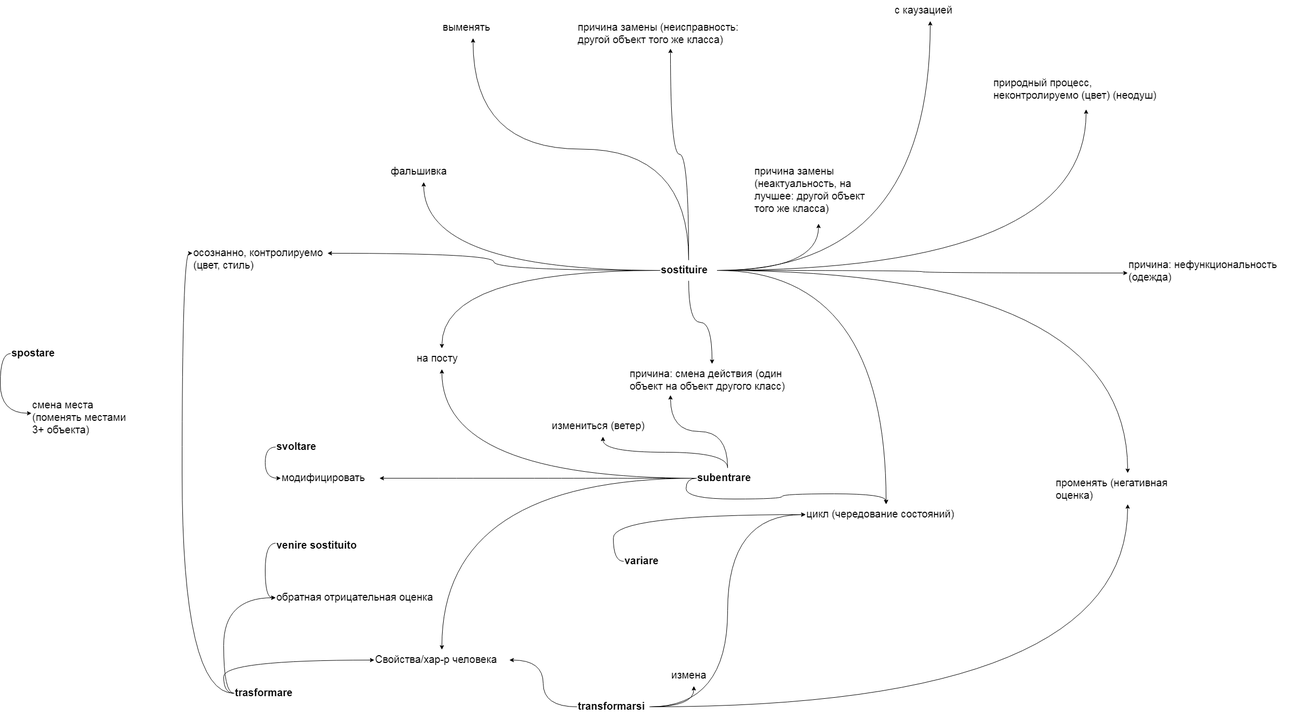
This is обмен3.png from JanaKoko/try, a draw.io export, as it was before one commit. Source tidied: cells renumbered, new cells last; positions are measured from the earlier drawing's top-left corner, leaving out a move shared by most shapes.
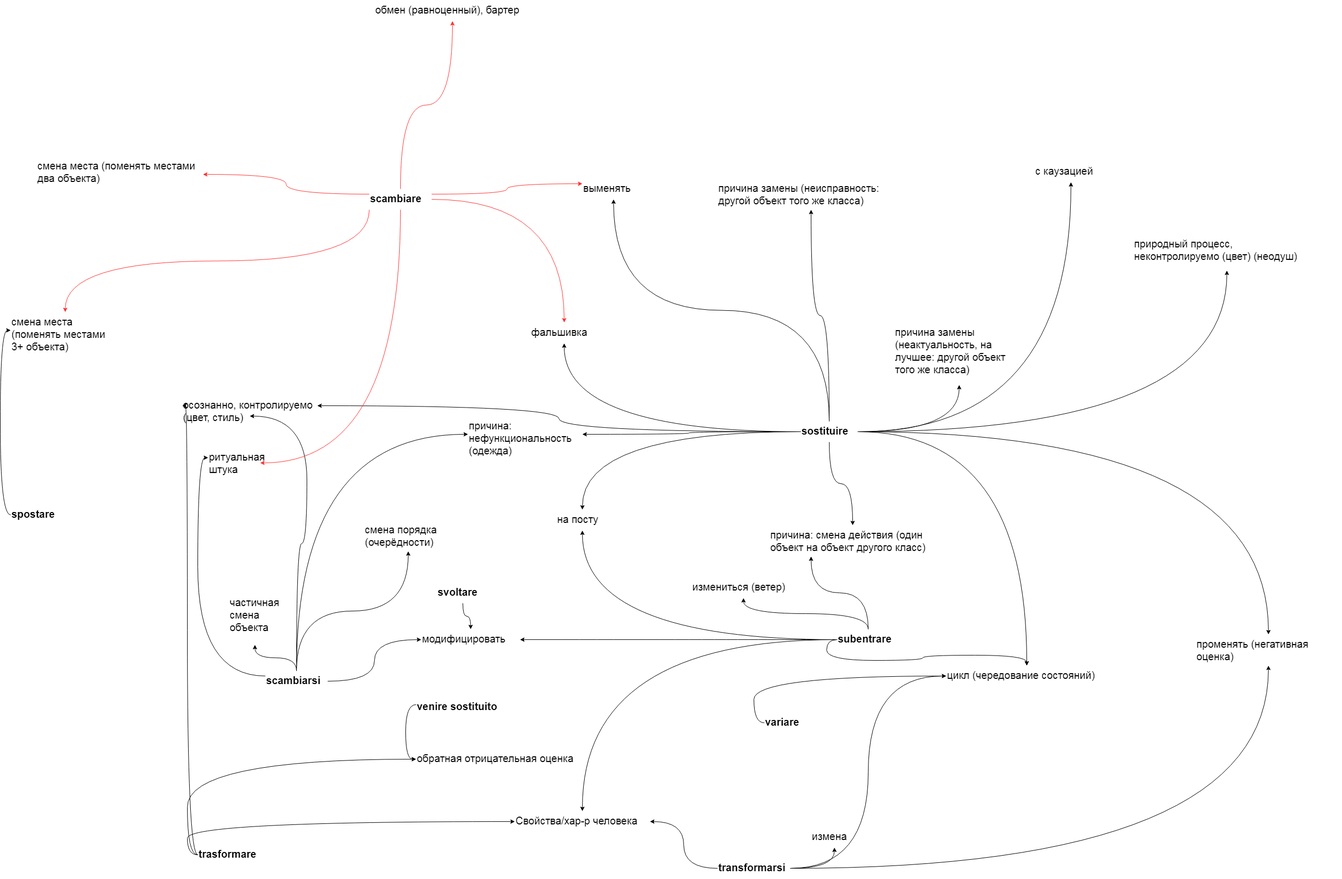
After the commit.

What changed in the source:
```diff
@@ -30,10 +30,10 @@
       <mxGeometry relative="1" as="geometry" />
     </mxCell>
     <mxCell id="11" value="trasformare" style="text;whiteSpace=wrap;html=1;fontSize=20;fontStyle=1;" parent="1" vertex="1">
-      <mxGeometry x="430" y="1314" width="130" height="40" as="geometry" />
+      <mxGeometry x="90" y="1314" width="130" height="40" as="geometry" />
     </mxCell>
     <mxCell id="12" value="осознанно, контролируемо (цвет, стиль)" style="text;whiteSpace=wrap;html=1;fontSize=20;" parent="1" vertex="1">
-      <mxGeometry x="350" y="467" width="260" height="40" as="geometry" />
+      <mxGeometry x="60" y="450" width="260" height="40" as="geometry" />
     </mxCell>
     <mxCell id="13" value="Свойства/хар-р человека" style="text;whiteSpace=wrap;html=1;fontSize=20;" parent="1" vertex="1">
       <mxGeometry x="700" y="1250" width="260" height="40" as="geometry" />
@@ -59,11 +59,11 @@
     <mxCell id="20" value="променять (негативная оценка)" style="text;whiteSpace=wrap;html=1;fontSize=20;" parent="1" vertex="1">
       <mxGeometry x="2010" y="910" width="280" height="60" as="geometry" />
     </mxCell>
-    <mxCell id="21" style="edgeStyle=orthogonalEdgeStyle;curved=1;rounded=0;jettySize=auto;html=1;exitX=0;exitY=0.5;exitDx=0;exitDy=0;fontSize=20;entryX=0;entryY=0.5;entryDx=0;entryDy=0;" parent="1" edge="1" source="22" target="23">
+    <mxCell id="21" style="edgeStyle=orthogonalEdgeStyle;curved=1;rounded=0;jettySize=auto;html=1;exitX=0.5;exitY=1;exitDx=0;exitDy=0;fontSize=20;" parent="1" edge="1" source="22" target="23">
       <mxGeometry relative="1" as="geometry" />
     </mxCell>
     <mxCell id="22" value="svoltare" style="text;whiteSpace=wrap;html=1;fontSize=20;fontStyle=1;" parent="1" vertex="1">
-      <mxGeometry x="510" y="840" width="100" height="40" as="geometry" />
+      <mxGeometry x="550" y="810" width="100" height="40" as="geometry" />
     </mxCell>
     <mxCell id="23" value="модифицировать" style="text;whiteSpace=wrap;html=1;fontSize=20;" parent="1" vertex="1">
       <mxGeometry x="520" y="900" width="190" height="40" as="geometry" />
@@ -102,10 +102,10 @@
       <mxGeometry relative="1" as="geometry" />
     </mxCell>
     <mxCell id="35" value="spostare" style="text;whiteSpace=wrap;html=1;fontSize=20;fontStyle=1;" parent="1" vertex="1">
-      <mxGeometry y="660" width="100" height="40" as="geometry" />
+      <mxGeometry x="-270" y="660" width="100" height="40" as="geometry" />
     </mxCell>
     <mxCell id="36" value="смена места (поменять местами 3+ объекта)" style="text;whiteSpace=wrap;html=1;fontSize=20;" parent="1" vertex="1">
-      <mxGeometry x="40" y="760" width="210" height="140" as="geometry" />
+      <mxGeometry x="-270" y="290" width="210" height="140" as="geometry" />
     </mxCell>
     <mxCell id="37" style="edgeStyle=orthogonalEdgeStyle;curved=1;rounded=0;jettySize=auto;html=1;entryX=0.5;entryY=0;entryDx=0;entryDy=0;fontSize=20;" parent="1" edge="1" source="49" target="31">
       <mxGeometry relative="1" as="geometry" />
@@ -140,9 +140,11 @@
     <mxCell id="47" style="edgeStyle=orthogonalEdgeStyle;curved=1;rounded=0;jettySize=auto;html=1;entryX=0.5;entryY=1;entryDx=0;entryDy=0;fontSize=20;" parent="1" edge="1" source="49" target="55">
       <mxGeometry relative="1" as="geometry" />
     </mxCell>
-    <mxCell id="48" style="edgeStyle=orthogonalEdgeStyle;curved=1;rounded=0;jettySize=auto;html=1;entryX=0;entryY=0.5;entryDx=0;entryDy=0;fontSize=20;" parent="1" edge="1" source="49" target="56">
-      <mxGeometry relative="1" as="geometry" />
-    </mxCell>
+    <mxCell id="57" style="edgeStyle=orthogonalEdgeStyle;curved=1;rounded=0;jettySize=auto;html=1;entryX=1;entryY=0.5;entryDx=0;entryDy=0;fontSize=20;" parent="1" edge="1" target="56">
+      <mxGeometry relative="1" as="geometry">
+        <mxPoint x="1240" y="520" as="sourcePoint" />
+      </mxGeometry>
+    </mxCell>
     <mxCell id="49" value="sostituire" style="text;whiteSpace=wrap;html=1;fontSize=20;fontStyle=1;" parent="1" vertex="1">
       <mxGeometry x="1250" y="500" width="110" height="40" as="geometry" />
     </mxCell>
@@ -165,7 +167,70 @@
       <mxGeometry x="1890" y="140" width="360" height="70" as="geometry" />
     </mxCell>
     <mxCell id="56" value="причина: нефункциональность (одежда)" style="text;whiteSpace=wrap;html=1;fontSize=20;" parent="1" vertex="1">
-      <mxGeometry x="2150" y="490" width="310" height="70" as="geometry" />
+      <mxGeometry x="610" y="490" width="220" height="70" as="geometry" />
     </mxCell>
+    <mxCell id="58" style="edgeStyle=orthogonalEdgeStyle;curved=1;rounded=0;jettySize=auto;html=1;exitX=0;exitY=0.25;exitDx=0;exitDy=0;fontSize=20;entryX=0;entryY=0.5;entryDx=0;entryDy=0;" parent="1" edge="1" source="64" target="65">
+      <mxGeometry relative="1" as="geometry" />
+    </mxCell>
+    <mxCell id="59" style="edgeStyle=orthogonalEdgeStyle;curved=1;rounded=0;jettySize=auto;html=1;entryX=0;entryY=0.5;entryDx=0;entryDy=0;fontSize=20;" parent="1" edge="1" source="64" target="23">
+      <mxGeometry relative="1" as="geometry" />
+    </mxCell>
+    <mxCell id="60" style="edgeStyle=orthogonalEdgeStyle;curved=1;rounded=0;jettySize=auto;html=1;entryX=0.5;entryY=1;entryDx=0;entryDy=0;fontSize=20;" parent="1" edge="1" source="64" target="12">
+      <mxGeometry relative="1" as="geometry">
+        <Array as="points">
+          <mxPoint x="280" y="735" />
+          <mxPoint x="300" y="735" />
+          <mxPoint x="300" y="490" />
+        </Array>
+      </mxGeometry>
+    </mxCell>
+    <mxCell id="61" style="edgeStyle=orthogonalEdgeStyle;curved=1;rounded=0;jettySize=auto;html=1;exitX=0.5;exitY=0;exitDx=0;exitDy=0;entryX=0.5;entryY=1;entryDx=0;entryDy=0;fontSize=20;" parent="1" edge="1" source="64" target="66">
+      <mxGeometry relative="1" as="geometry" />
+    </mxCell>
+    <mxCell id="62" style="edgeStyle=orthogonalEdgeStyle;curved=1;rounded=0;jettySize=auto;html=1;entryX=0.5;entryY=1;entryDx=0;entryDy=0;fontSize=20;" parent="1" edge="1" source="64" target="67">
+      <mxGeometry relative="1" as="geometry" />
+    </mxCell>
+    <mxCell id="63" style="edgeStyle=orthogonalEdgeStyle;curved=1;rounded=0;jettySize=auto;html=1;entryX=0;entryY=0.5;entryDx=0;entryDy=0;fontSize=20;exitX=0.5;exitY=0;exitDx=0;exitDy=0;" parent="1" edge="1" source="64" target="56">
+      <mxGeometry relative="1" as="geometry" />
+    </mxCell>
+    <mxCell id="64" value="scambiarsi" style="text;whiteSpace=wrap;html=1;fontSize=20;fontStyle=1;" parent="1" vertex="1">
+      <mxGeometry x="220" y="980" width="120" height="40" as="geometry" />
+    </mxCell>
+    <mxCell id="65" value="ритуальная штука" style="text;whiteSpace=wrap;html=1;fontSize=20;" parent="1" vertex="1">
+      <mxGeometry x="110" y="550" width="100" height="40" as="geometry" />
+    </mxCell>
+    <mxCell id="66" value="смена порядка (очерёдности)" style="text;whiteSpace=wrap;html=1;fontSize=20;" parent="1" vertex="1">
+      <mxGeometry x="410" y="690" width="170" height="60" as="geometry" />
+    </mxCell>
+    <mxCell id="67" value="частичная смена объекта" style="text;whiteSpace=wrap;html=1;fontSize=20;" parent="1" vertex="1">
+      <mxGeometry x="150" y="830" width="100" height="100" as="geometry" />
+    </mxCell>
+    <mxCell id="68" style="edgeStyle=orthogonalEdgeStyle;curved=1;rounded=0;jettySize=auto;html=1;entryX=0.5;entryY=0;entryDx=0;entryDy=0;fontSize=20;strokeColor=#FF3333;" parent="1" edge="1" source="74" target="51">
+      <mxGeometry relative="1" as="geometry" />
+    </mxCell>
+    <mxCell id="69" style="edgeStyle=orthogonalEdgeStyle;curved=1;rounded=0;jettySize=auto;html=1;fontSize=20;strokeColor=#FF3333;" parent="1" edge="1" source="74" target="75">
+      <mxGeometry relative="1" as="geometry" />
+    </mxCell>
+    <mxCell id="70" style="edgeStyle=orthogonalEdgeStyle;curved=1;rounded=0;jettySize=auto;html=1;exitX=0;exitY=0.25;exitDx=0;exitDy=0;fontSize=20;strokeColor=#FF3333;" parent="1" edge="1" source="74" target="76">
+      <mxGeometry relative="1" as="geometry" />
+    </mxCell>
+    <mxCell id="71" style="edgeStyle=orthogonalEdgeStyle;curved=1;rounded=0;jettySize=auto;html=1;exitX=1;exitY=0.25;exitDx=0;exitDy=0;entryX=0;entryY=0.25;entryDx=0;entryDy=0;fontSize=20;strokeColor=#FF3333;" parent="1" edge="1" source="74" target="53">
+      <mxGeometry relative="1" as="geometry" />
+    </mxCell>
+    <mxCell id="72" style="edgeStyle=orthogonalEdgeStyle;curved=1;rounded=0;jettySize=auto;html=1;exitX=0;exitY=1;exitDx=0;exitDy=0;entryX=0.5;entryY=0;entryDx=0;entryDy=0;fontSize=20;strokeColor=#FF3333;" parent="1" edge="1" source="74" target="36">
+      <mxGeometry relative="1" as="geometry" />
+    </mxCell>
+    <mxCell id="73" style="edgeStyle=orthogonalEdgeStyle;curved=1;rounded=0;jettySize=auto;html=1;entryX=1;entryY=0.75;entryDx=0;entryDy=0;fontSize=20;exitX=0.5;exitY=1;exitDx=0;exitDy=0;strokeColor=#FF3333;" parent="1" edge="1" source="74" target="65">
+      <mxGeometry relative="1" as="geometry" />
+    </mxCell>
+    <mxCell id="74" value="scambiare" style="text;whiteSpace=wrap;html=1;fontSize=20;fontStyle=1;" parent="1" vertex="1">
+      <mxGeometry x="420" y="53" width="120" height="40" as="geometry" />
+    </mxCell>
+    <mxCell id="75" value="обмен (равноценный), бартер" style="text;whiteSpace=wrap;html=1;fontSize=20;" parent="1" vertex="1">
+      <mxGeometry x="430" y="-310" width="300" height="40" as="geometry" />
+    </mxCell>
+    <mxCell id="76" value="смена места (поменять местами два объекта)" style="text;whiteSpace=wrap;html=1;fontSize=20;" parent="1" vertex="1">
+      <mxGeometry x="-220" y="-10" width="320" height="70" as="geometry" />
+    </mxCell>
   </root>
 </mxGraphModel>
```
